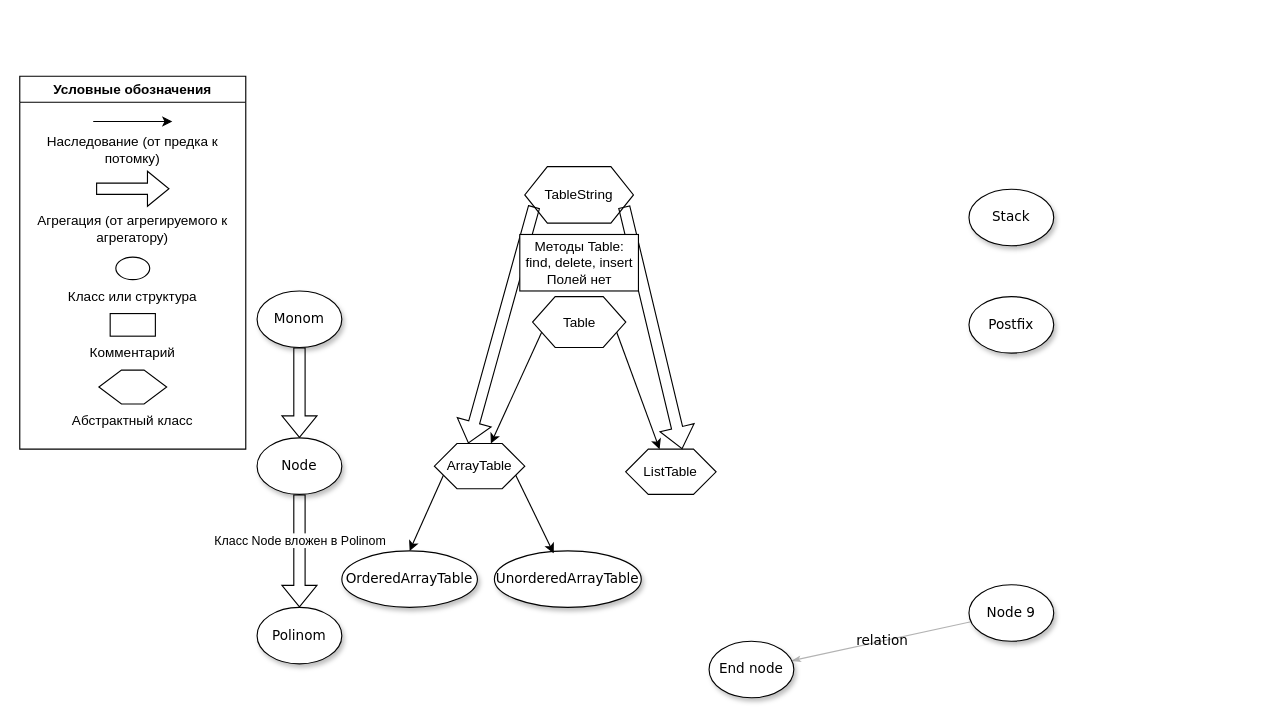
This is Class_Diagram.drawio from ParkerProbe/mp2-lab6-polynom-algebra, a draw.io file, before an edit. Source tidied: cells renumbered, new cells numbered last; positions are measured from the earlier drawing's top-left corner, leaving out a move shared by most shapes. Both pictures are drawn from the tidied source at 113%, with x=0, y=0 at pixel (19, 76).
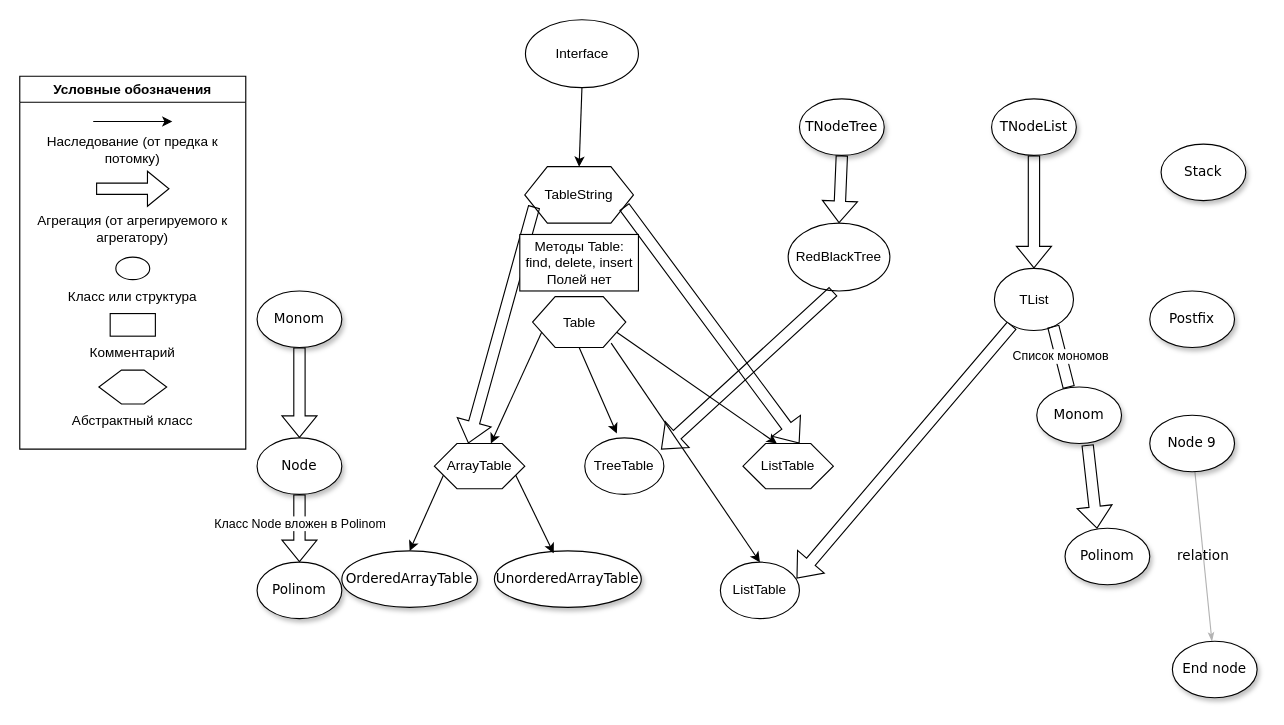
The same page after the edit.

The change refers to these unchanged cells:
```xml
<mxCell id="24" value="Table" style="shape=hexagon;perimeter=hexagonPerimeter2;whiteSpace=wrap;html=1;fixedSize=1;" parent="1" vertex="1">
  <mxGeometry x="453.8" y="195" width="82.5" height="45" as="geometry" />
</mxCell>
<mxCell id="25" value="TableString" style="shape=hexagon;perimeter=hexagonPerimeter2;whiteSpace=wrap;html=1;fixedSize=1;" parent="1" vertex="1">
  <mxGeometry x="446.9" y="80" width="96.2" height="50" as="geometry" />
</mxCell>
```

What changed in the source:
```diff
@@
     <mxCell id="2" value="Stack" style="ellipse;whiteSpace=wrap;html=1;rounded=0;shadow=1;comic=0;labelBackgroundColor=none;strokeWidth=1;fontFamily=Verdana;fontSize=12;align=center;" parent="1" vertex="1">
-      <mxGeometry x="840" y="100" width="75" height="50" as="geometry" />
+      <mxGeometry x="1010" y="60" width="75" height="50" as="geometry" />
     </mxCell>
     <mxCell id="3" value="Postfix" style="ellipse;whiteSpace=wrap;html=1;rounded=0;shadow=1;comic=0;labelBackgroundColor=none;strokeWidth=1;fontFamily=Verdana;fontSize=12;align=center;" parent="1" vertex="1">
-      <mxGeometry x="840" y="195" width="75" height="50" as="geometry" />
+      <mxGeometry x="1000" y="190" width="75" height="50" as="geometry" />
     </mxCell>
@@
     <mxCell id="5" value="&lt;span&gt;Node 9&lt;/span&gt;" style="ellipse;whiteSpace=wrap;html=1;rounded=0;shadow=1;comic=0;labelBackgroundColor=none;strokeWidth=1;fontFamily=Verdana;fontSize=12;align=center;" parent="1" vertex="1">
-      <mxGeometry x="840" y="450" width="75" height="50" as="geometry" />
+      <mxGeometry x="1000" y="300" width="75" height="50" as="geometry" />
     </mxCell>
     <mxCell id="6" value="End node" style="ellipse;whiteSpace=wrap;html=1;rounded=0;shadow=1;comic=0;labelBackgroundColor=none;strokeWidth=1;fontFamily=Verdana;fontSize=12;align=center;" parent="1" vertex="1">
-      <mxGeometry x="610" y="500" width="75" height="50" as="geometry" />
+      <mxGeometry x="1020" y="500" width="75" height="50" as="geometry" />
     </mxCell>
@@
     <mxCell id="9" value="Polinom" style="ellipse;whiteSpace=wrap;html=1;rounded=0;shadow=1;comic=0;labelBackgroundColor=none;strokeWidth=1;fontFamily=Verdana;fontSize=12;align=center;" parent="1" vertex="1">
-      <mxGeometry x="210" y="470" width="75" height="50" as="geometry" />
+      <mxGeometry x="210" y="430" width="75" height="50" as="geometry" />
     </mxCell>
@@
     <mxCell id="27" value="ListTable" style="shape=hexagon;perimeter=hexagonPerimeter2;whiteSpace=wrap;html=1;fixedSize=1;" parent="1" vertex="1">
-      <mxGeometry x="536.2" y="330" width="80" height="40" as="geometry" />
+      <mxGeometry x="640" y="325" width="80" height="40" as="geometry" />
     </mxCell>
@@
+    <mxCell id="37" style="shape=flexArrow;endArrow=classic;html=1;rounded=0;entryX=0.964;entryY=0.29;entryDx=0;entryDy=0;entryPerimeter=0;" parent="1" edge="1" source="42" target="48">
+      <mxGeometry relative="1" as="geometry" />
+    </mxCell>
+    <mxCell id="38" value="Polinom" style="ellipse;whiteSpace=wrap;html=1;rounded=0;shadow=1;comic=0;labelBackgroundColor=none;strokeWidth=1;fontFamily=Verdana;fontSize=12;align=center;" parent="1" vertex="1">
+      <mxGeometry x="925" y="400" width="75" height="50" as="geometry" />
+    </mxCell>
+    <mxCell id="39" value="TNodeList" style="ellipse;whiteSpace=wrap;html=1;rounded=0;shadow=1;comic=0;labelBackgroundColor=none;strokeWidth=1;fontFamily=Verdana;fontSize=12;align=center;" parent="1" vertex="1">
+      <mxGeometry x="860" y="20" width="75" height="50" as="geometry" />
+    </mxCell>
+    <mxCell id="40" style="shape=flexArrow;endArrow=classic;html=1;rounded=0;entryX=0.5;entryY=0;entryDx=0;entryDy=0;exitX=0.5;exitY=1;exitDx=0;exitDy=0;" parent="1" edge="1" source="39" target="42">
+      <mxGeometry relative="1" as="geometry" />
+    </mxCell>
+    <mxCell id="41" style="shape=flexArrow;endArrow=classic;html=1;rounded=0;entryX=0.378;entryY=0.007;entryDx=0;entryDy=0;exitX=0.6;exitY=1.023;exitDx=0;exitDy=0;entryPerimeter=0;startArrow=none;exitPerimeter=0;" parent="1" edge="1" source="43" target="38">
+      <mxGeometry relative="1" as="geometry" />
+    </mxCell>
+    <mxCell id="42" value="TList" style="ellipse;whiteSpace=wrap;html=1;rounded=0;" parent="1" vertex="1">
+      <mxGeometry x="862.5" y="170" width="70" height="55" as="geometry" />
+    </mxCell>
+    <mxCell id="43" value="Monom" style="ellipse;whiteSpace=wrap;html=1;rounded=0;shadow=1;comic=0;labelBackgroundColor=none;strokeWidth=1;fontFamily=Verdana;fontSize=12;align=center;" parent="1" vertex="1">
+      <mxGeometry x="900" y="275" width="75" height="50" as="geometry" />
+    </mxCell>
+    <mxCell id="44" value="Список мономов" style="shape=flexArrow;endArrow=none;html=1;rounded=0;entryX=0.378;entryY=0.007;entryDx=0;entryDy=0;exitX=0.744;exitY=0.93;exitDx=0;exitDy=0;entryPerimeter=0;exitPerimeter=0;" parent="1" edge="1" source="42" target="43">
+      <mxGeometry relative="1" as="geometry" />
+    </mxCell>
+    <mxCell id="45" value="TreeTable" style="ellipse;whiteSpace=wrap;html=1;rounded=0;" parent="1" vertex="1">
+      <mxGeometry x="500" y="320" width="70" height="50" as="geometry" />
+    </mxCell>
+    <mxCell id="46" style="endArrow=classic;html=1;rounded=0;exitX=0.5;exitY=1;exitDx=0;exitDy=0;entryX=0.405;entryY=-0.077;entryDx=0;entryDy=0;entryPerimeter=0;" parent="1" edge="1" source="24" target="45">
+      <mxGeometry relative="1" as="geometry" />
+    </mxCell>
+    <mxCell id="47" style="endArrow=classic;html=1;rounded=0;exitX=0.843;exitY=0.915;exitDx=0;exitDy=0;exitPerimeter=0;entryX=0.5;entryY=0;entryDx=0;entryDy=0;" parent="1" edge="1" source="24" target="48">
+      <mxGeometry relative="1" as="geometry" />
+    </mxCell>
+    <mxCell id="48" value="ListTable" style="ellipse;whiteSpace=wrap;html=1;rounded=0;" parent="1" vertex="1">
+      <mxGeometry x="620" y="430" width="70" height="50" as="geometry" />
+    </mxCell>
+    <mxCell id="49" value="RedBlackTree" style="ellipse;whiteSpace=wrap;html=1;rounded=0;" parent="1" vertex="1">
+      <mxGeometry x="680" y="130" width="90" height="60" as="geometry" />
+    </mxCell>
+    <mxCell id="50" value="TNodeTree" style="ellipse;whiteSpace=wrap;html=1;rounded=0;shadow=1;comic=0;labelBackgroundColor=none;strokeWidth=1;fontFamily=Verdana;fontSize=12;align=center;" parent="1" vertex="1">
+      <mxGeometry x="690" y="20" width="75" height="50" as="geometry" />
+    </mxCell>
+    <mxCell id="51" style="shape=flexArrow;endArrow=classic;html=1;rounded=0;exitX=0.5;exitY=1;exitDx=0;exitDy=0;entryX=0.5;entryY=0;entryDx=0;entryDy=0;" parent="1" edge="1" source="50" target="49">
+      <mxGeometry relative="1" as="geometry" />
+    </mxCell>
+    <mxCell id="52" style="shape=flexArrow;endArrow=classic;html=1;rounded=0;exitX=0.444;exitY=1.006;exitDx=0;exitDy=0;exitPerimeter=0;entryX=0.964;entryY=0.207;entryDx=0;entryDy=0;entryPerimeter=0;" parent="1" edge="1" source="49" target="45">
+      <mxGeometry relative="1" as="geometry" />
+    </mxCell>
+    <mxCell id="53" value="Interface" style="ellipse;whiteSpace=wrap;html=1;" parent="1" vertex="1">
+      <mxGeometry x="447.5" y="-50" width="100" height="60" as="geometry" />
+    </mxCell>
+    <mxCell id="54" style="endArrow=classic;html=1;rounded=0;exitX=0.5;exitY=1;exitDx=0;exitDy=0;entryX=0.5;entryY=0;entryDx=0;entryDy=0;" parent="1" edge="1" source="53" target="25">
+      <mxGeometry relative="1" as="geometry" />
+    </mxCell>
```
